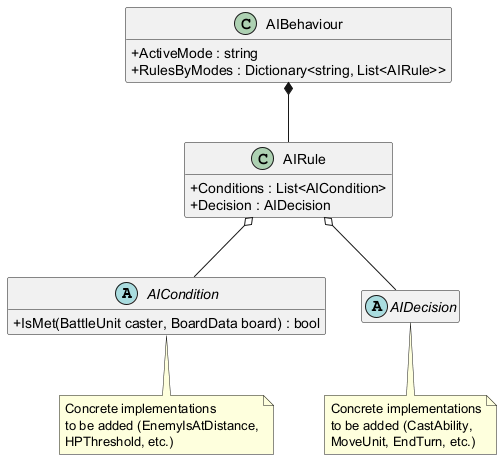
Earlier version of the PlantUML export Architecture/diagrams/AI System.png (EreliaStudio/Erelia).
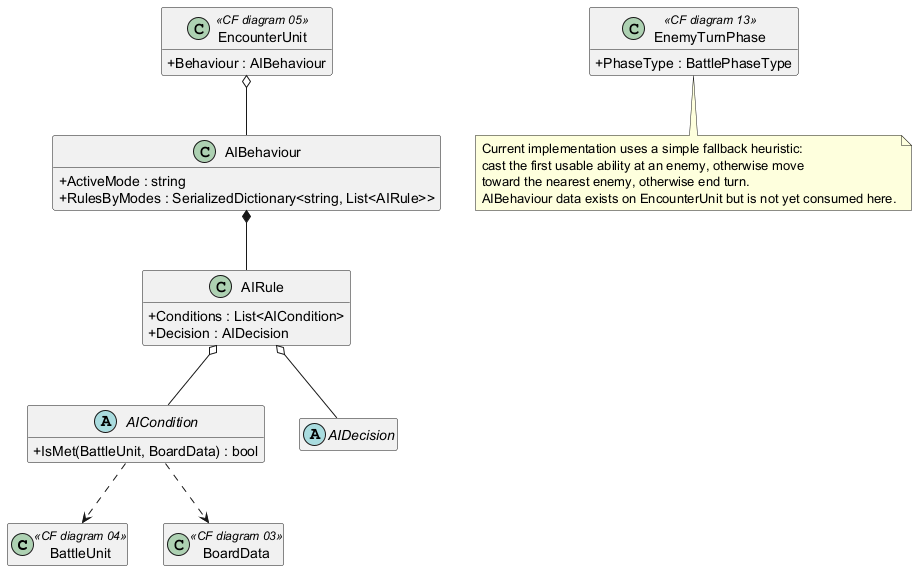
Above is the later version.

Diff of the diagram source:
```diff
@@ -1,10 +1,14 @@
 @startuml AI System
 
 skinparam classAttributeIconSize 0
+skinparam shadowing false
 hide empty members
 
+class BattleUnit <<CF diagram 04>> {}
+class BoardData <<CF diagram 03>> {}
+
 abstract class AICondition {
-  +IsMet(BattleUnit caster, BoardData board) : bool
+  +IsMet(BattleUnit, BoardData) : bool
 }
 
 abstract class AIDecision
@@ -16,14 +20,29 @@
 
 class AIBehaviour {
   +ActiveMode : string
-  +RulesByModes : Dictionary<string, List<AIRule>>
+  +RulesByModes : SerializedDictionary<string, List<AIRule>>
+}
+
+class EncounterUnit <<CF diagram 05>> {
+  +Behaviour : AIBehaviour
+}
+
+class EnemyTurnPhase <<CF diagram 13>> {
+  +PhaseType : BattlePhaseType
 }
 
 AIBehaviour *-- AIRule
 AIRule o-- AICondition
 AIRule o-- AIDecision
+EncounterUnit o-- AIBehaviour
+AICondition ..> BattleUnit
+AICondition ..> BoardData
 
-note bottom of AICondition : Concrete implementations\nto be added (EnemyIsAtDistance,\nHPThreshold, etc.)
-note bottom of AIDecision : Concrete implementations\nto be added (CastAbility,\nMoveUnit, EndTurn, etc.)
+note bottom of EnemyTurnPhase
+Current implementation uses a simple fallback heuristic:
+cast the first usable ability at an enemy, otherwise move
+toward the nearest enemy, otherwise end turn.
+AIBehaviour data exists on EncounterUnit but is not yet consumed here.
+end note
 
 @enduml
```
